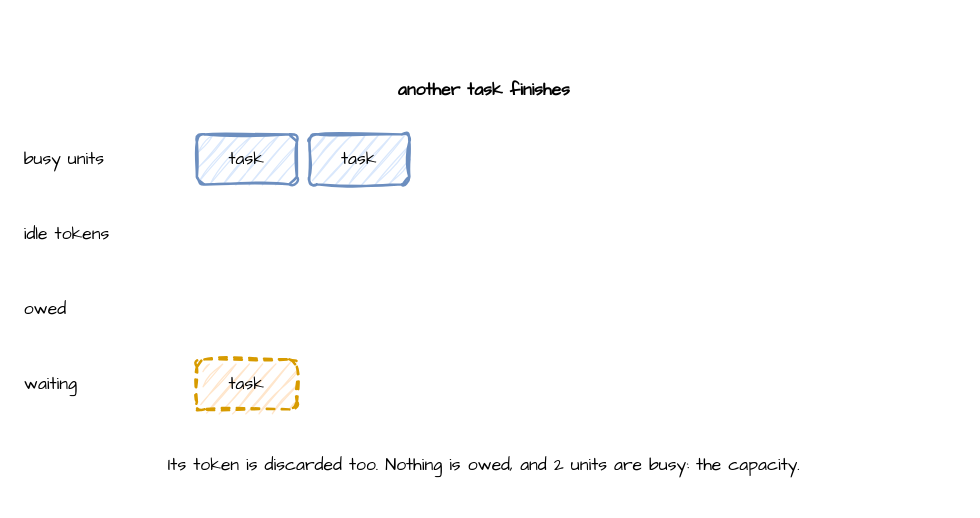
Before: page "step 4" (4 of 5) of docs/assets/diagrams/resource-shrink.drawio in jaehyeon-kim/desflow, a draw.io diagram. Source tidied: cells renumbered, new cells numbered last; positions are measured from the earlier drawing's top-left corner, leaving out a move shared by most shapes. Both pictures are drawn from the tidied source at 125%, with x=0, y=0 at pixel (21, 71).
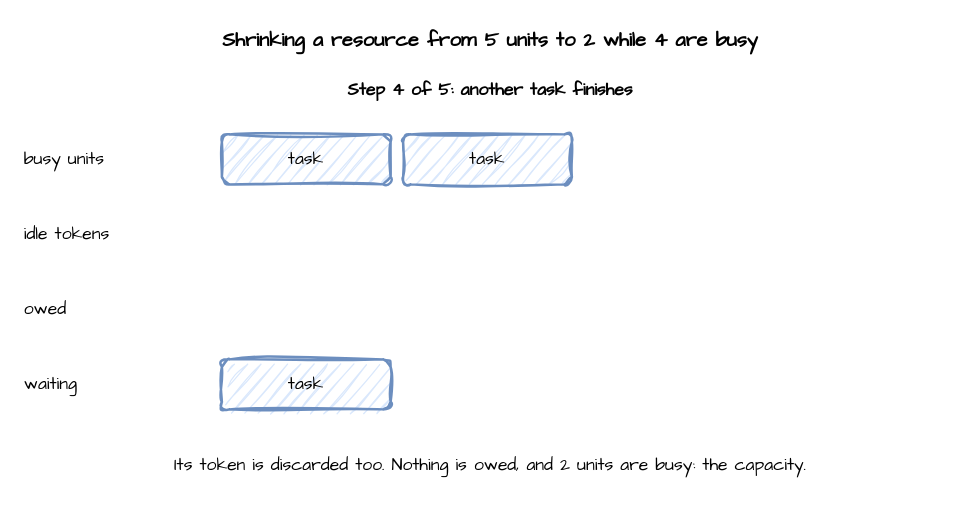
The same page after the edit.

What changed in the source:
```diff
@@
 <mxGraphModel>
   <root>
     <mxCell id="0" />
     <mxCell id="1" parent="0" />
+    <mxCell id="11" value="Shrinking a resource from 5 units to 2 while 4 are busy" style="text;html=1;align=center;verticalAlign=middle;whiteSpace=wrap;fontFamily=Comic Sans MS;fontSize=16;fontStyle=1;" parent="1" vertex="1">
+      <mxGeometry y="-40" width="750" height="30" as="geometry" />
+    </mxCell>
-    <mxCell id="2" value="another task finishes" style="text;html=1;align=center;verticalAlign=middle;whiteSpace=wrap;html=1;sketch=1;curveFitting=1;jiggle=2;fontFamily=Comic Sans MS;fontSize=14;fontStyle=1;" parent="1" vertex="1">
-      <mxGeometry width="740" height="30" as="geometry" />
+    <mxCell id="2" value="Step 4 of 5: another task finishes" style="text;html=1;align=center;verticalAlign=middle;whiteSpace=wrap;html=1;sketch=1;curveFitting=1;jiggle=2;fontFamily=Comic Sans MS;fontSize=14;fontStyle=1;" parent="1" vertex="1">
+      <mxGeometry width="750" height="30" as="geometry" />
     </mxCell>
     <mxCell id="3" value="busy units" style="text;html=1;align=center;verticalAlign=middle;whiteSpace=wrap;html=1;sketch=1;curveFitting=1;jiggle=2;fontFamily=Comic Sans MS;fontSize=14;align=left;" parent="1" vertex="1">
       <mxGeometry y="50" width="120" height="40" as="geometry" />
     </mxCell>
     <mxCell id="4" value="task" style="rounded=1;whiteSpace=wrap;html=1;sketch=1;curveFitting=1;jiggle=2;fontFamily=Comic Sans MS;fontSize=14;fillColor=#dae8fc;strokeColor=#6c8ebf;strokeWidth=2;" parent="1" vertex="1">
-      <mxGeometry x="140" y="50" width="80" height="40" as="geometry" />
+      <mxGeometry x="160" y="50" width="135" height="40" as="geometry" />
     </mxCell>
     <mxCell id="5" value="task" style="rounded=1;whiteSpace=wrap;html=1;sketch=1;curveFitting=1;jiggle=2;fontFamily=Comic Sans MS;fontSize=14;fillColor=#dae8fc;strokeColor=#6c8ebf;strokeWidth=2;" parent="1" vertex="1">
-      <mxGeometry x="230" y="50" width="80" height="40" as="geometry" />
+      <mxGeometry x="305" y="50" width="135" height="40" as="geometry" />
     </mxCell>
     <mxCell id="6" value="idle tokens" style="text;html=1;align=center;verticalAlign=middle;whiteSpace=wrap;html=1;sketch=1;curveFitting=1;jiggle=2;fontFamily=Comic Sans MS;fontSize=14;align=left;" parent="1" vertex="1">
       <mxGeometry y="110" width="120" height="40" as="geometry" />
     </mxCell>
     <mxCell id="7" value="owed" style="text;html=1;align=center;verticalAlign=middle;whiteSpace=wrap;html=1;sketch=1;curveFitting=1;jiggle=2;fontFamily=Comic Sans MS;fontSize=14;align=left;" parent="1" vertex="1">
       <mxGeometry y="170" width="120" height="40" as="geometry" />
     </mxCell>
     <mxCell id="8" value="waiting" style="text;html=1;align=center;verticalAlign=middle;whiteSpace=wrap;html=1;sketch=1;curveFitting=1;jiggle=2;fontFamily=Comic Sans MS;fontSize=14;align=left;" parent="1" vertex="1">
       <mxGeometry y="230" width="120" height="40" as="geometry" />
     </mxCell>
-    <mxCell id="9" value="task" style="rounded=1;whiteSpace=wrap;html=1;sketch=1;curveFitting=1;jiggle=2;fontFamily=Comic Sans MS;fontSize=14;fillColor=#ffe6cc;strokeColor=#d79b00;strokeWidth=2;dashed=1;" parent="1" vertex="1">
-      <mxGeometry x="140" y="230" width="80" height="40" as="geometry" />
+    <mxCell id="9" value="task" style="rounded=1;whiteSpace=wrap;html=1;sketch=1;curveFitting=1;jiggle=2;fontFamily=Comic Sans MS;fontSize=14;fillColor=#dae8fc;strokeColor=#6c8ebf;strokeWidth=2;" parent="1" vertex="1">
+      <mxGeometry x="160" y="230" width="135" height="40" as="geometry" />
     </mxCell>
     <mxCell id="10" value="Its token is discarded too. Nothing is owed, and 2 units are busy: the capacity." style="text;html=1;align=center;verticalAlign=middle;whiteSpace=wrap;html=1;sketch=1;curveFitting=1;jiggle=2;fontFamily=Comic Sans MS;fontSize=14;" parent="1" vertex="1">
-      <mxGeometry y="290" width="740" height="50" as="geometry" />
+      <mxGeometry y="290" width="750" height="50" as="geometry" />
     </mxCell>
   </root>
 </mxGraphModel>
```
